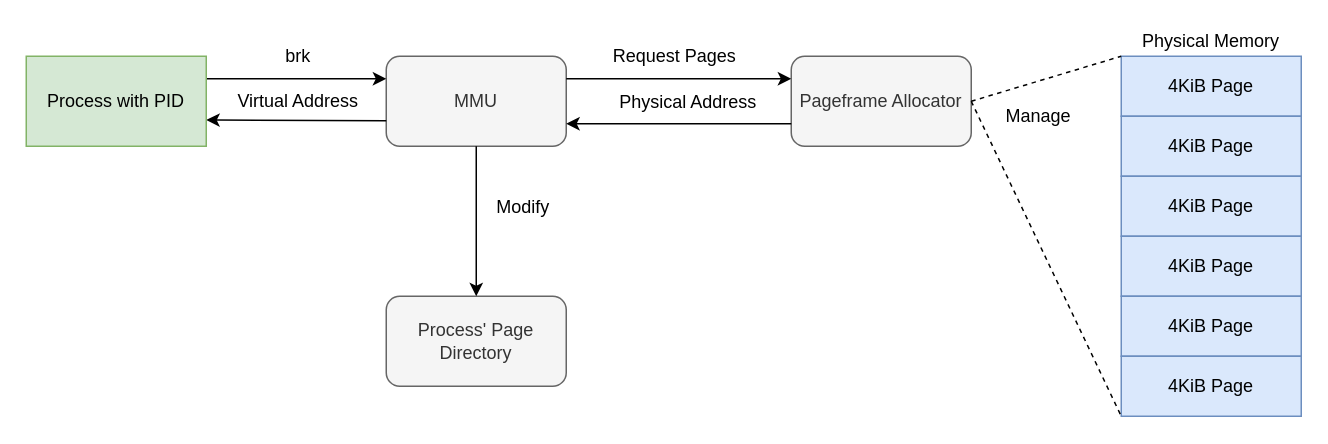
sandwichdoge/catchOS keeps this draw.io diagram as doc/Drafts/MMU.drawio. Above is the earlier version. Source tidied: cells renumbered, new cells numbered last; positions are measured from the earlier drawing's top-left corner, leaving out a move shared by most shapes. Both pictures are drawn from the tidied source at 150%, with x=0, y=0 at pixel (26, 26).
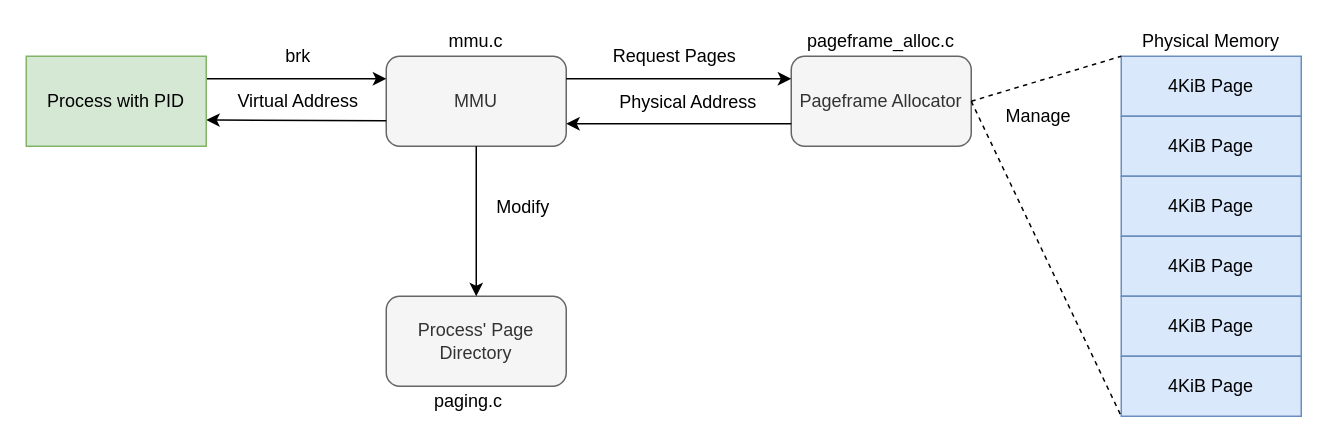
After the change.

Commit message (it also covers changes not shown here):
rename malloc to mmu, wrap all paging init to mmu_init, update doc

What changed in the source:
```diff
@@
+    <mxCell id="26" value="paging.c" style="text;html=1;strokeColor=none;fillColor=none;align=center;verticalAlign=middle;whiteSpace=wrap;rounded=0;" parent="1" vertex="1">
+      <mxGeometry x="270" y="240" width="50" height="20" as="geometry" />
+    </mxCell>
+    <mxCell id="27" value="mmu.c" style="text;html=1;strokeColor=none;fillColor=none;align=center;verticalAlign=middle;whiteSpace=wrap;rounded=0;" parent="1" vertex="1">
+      <mxGeometry x="280" width="40" height="20" as="geometry" />
+    </mxCell>
+    <mxCell id="28" value="pageframe_alloc.c" style="text;html=1;strokeColor=none;fillColor=none;align=center;verticalAlign=middle;whiteSpace=wrap;rounded=0;" parent="1" vertex="1">
+      <mxGeometry x="520" width="100" height="20" as="geometry" />
+    </mxCell>
```
